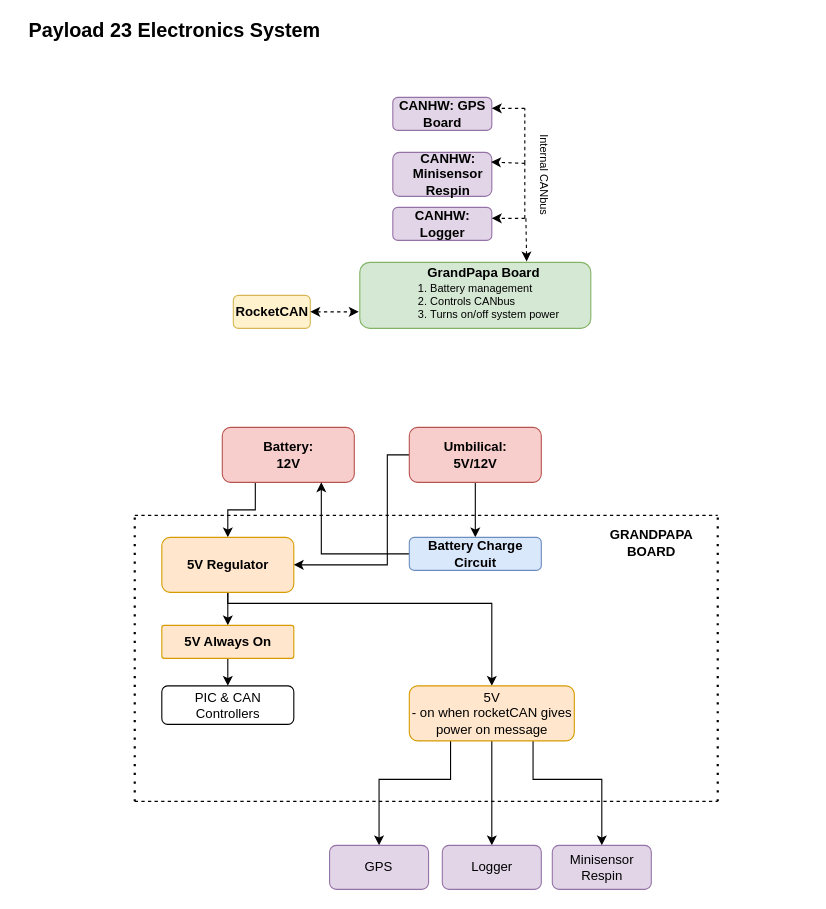
Above: Payload_2023_Electrical_Master.drawio in waterloo-rocketry/payload-2023-electrical (draw.io), before the change. Source tidied: cells renumbered, new cells numbered last; positions are measured from the earlier drawing's top-left corner, leaving out a move shared by most shapes. Both pictures are drawn from the tidied source at 110%, with x=0, y=0 at pixel (19, 20).
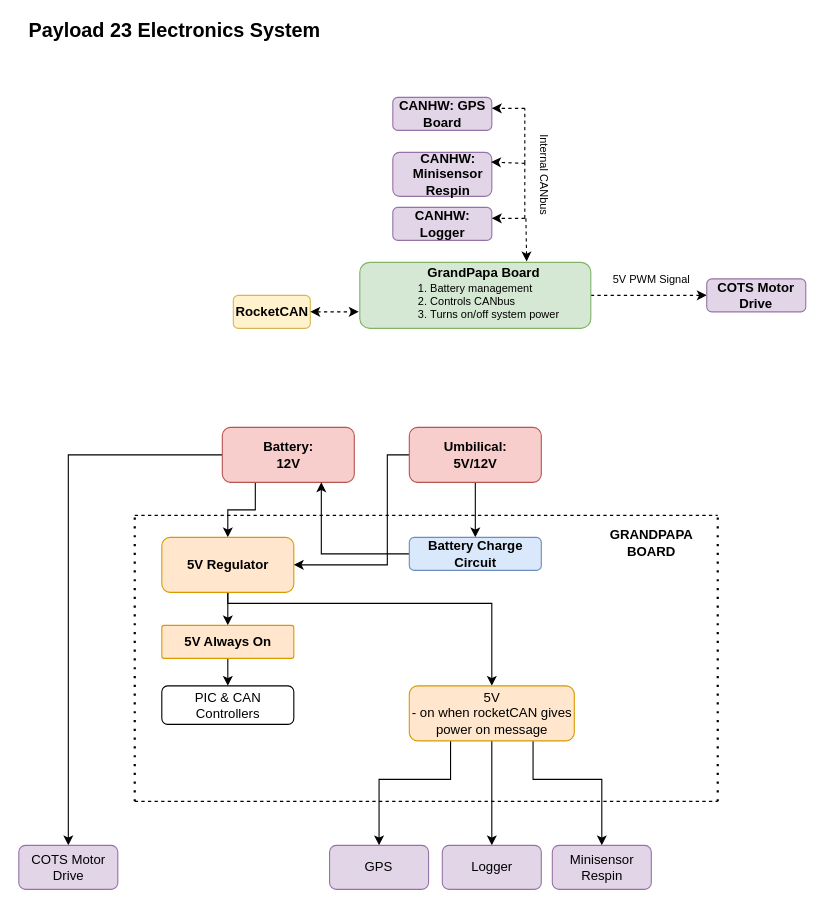
The same diagram, later.

Commit message (it also covers changes not shown here):
Update sys diagram

Unchanged cells that the change refers to:
```xml
<mxCell id="2" style="rounded=1;whiteSpace=wrap;html=1;fillColor=#d5e8d4;strokeColor=#82b366;" parent="1" vertex="1">
  <mxGeometry x="309.6" y="220" width="210" height="60" as="geometry" />
</mxCell>
<mxCell id="23" value="&lt;b&gt;Battery:&lt;br&gt;12V&lt;/b&gt;" style="rounded=1;whiteSpace=wrap;html=1;fillColor=#f8cecc;strokeColor=#b85450;" parent="1" vertex="1">
  <mxGeometry x="184.6" y="370" width="120" height="50" as="geometry" />
</mxCell>
```

What changed in the source:
```diff
@@
+    <mxCell id="49" style="edgeStyle=orthogonalEdgeStyle;rounded=0;jettySize=auto;html=1;exitX=1;exitY=0.5;exitDx=0;exitDy=0;entryX=0;entryY=0.5;entryDx=0;entryDy=0;dashed=1;" parent="1" edge="1" source="2" target="53">
+      <mxGeometry relative="1" as="geometry" />
+    </mxCell>
@@
+    <mxCell id="50" style="edgeStyle=orthogonalEdgeStyle;rounded=0;jettySize=auto;html=1;exitX=0;exitY=0.5;exitDx=0;exitDy=0;entryX=0.5;entryY=0;entryDx=0;entryDy=0;" parent="1" edge="1" source="23" target="51">
+      <mxGeometry relative="1" as="geometry" />
+    </mxCell>
@@
+    <mxCell id="51" value="COTS Motor Drive" style="rounded=1;whiteSpace=wrap;html=1;fillColor=#e1d5e7;strokeColor=#9673a6;" parent="1" vertex="1">
+      <mxGeometry x="-0.4" y="750" width="90" height="40" as="geometry" />
+    </mxCell>
+    <mxCell id="52" style="rounded=1;whiteSpace=wrap;html=1;fillColor=#e1d5e7;strokeColor=#9673a6;" parent="1" vertex="1">
+      <mxGeometry x="625" y="235" width="90" height="30" as="geometry" />
+    </mxCell>
+    <mxCell id="53" value="&lt;b&gt;COTS Motor Drive&lt;/b&gt;" style="text;html=1;align=center;verticalAlign=middle;whiteSpace=wrap;rounded=1;" parent="1" vertex="1">
+      <mxGeometry x="625" y="240" width="90" height="20" as="geometry" />
+    </mxCell>
+    <mxCell id="54" value="&lt;span style=&quot;font-size: 10px;&quot;&gt;5V PWM Signal&lt;/span&gt;" style="text;html=1;strokeColor=none;fillColor=none;align=center;verticalAlign=middle;whiteSpace=wrap;rounded=0;rotation=0;" parent="1" vertex="1">
+      <mxGeometry x="535" y="225" width="80" height="20" as="geometry" />
+    </mxCell>
```
